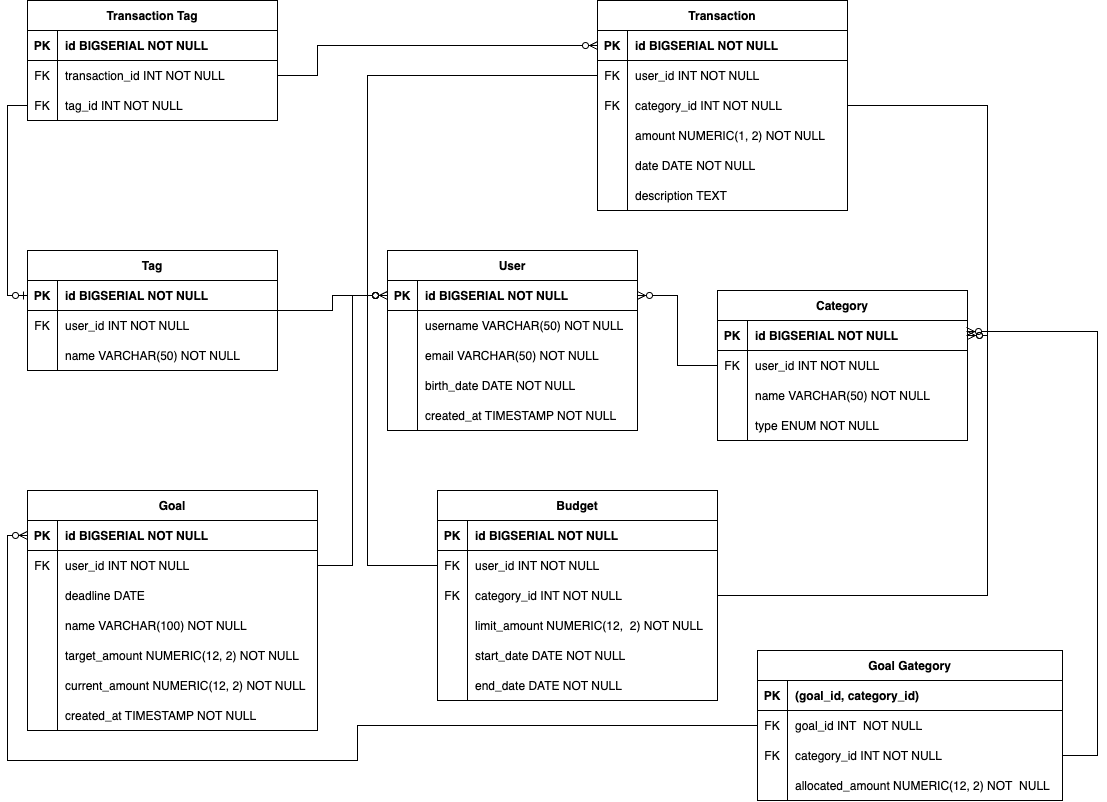
Above: media/database.png in kdduha/finance-manager-app (draw.io), before the change. Source tidied: cells renumbered, new cells last; positions are measured from the earlier drawing's top-left corner, leaving out a move shared by most shapes.
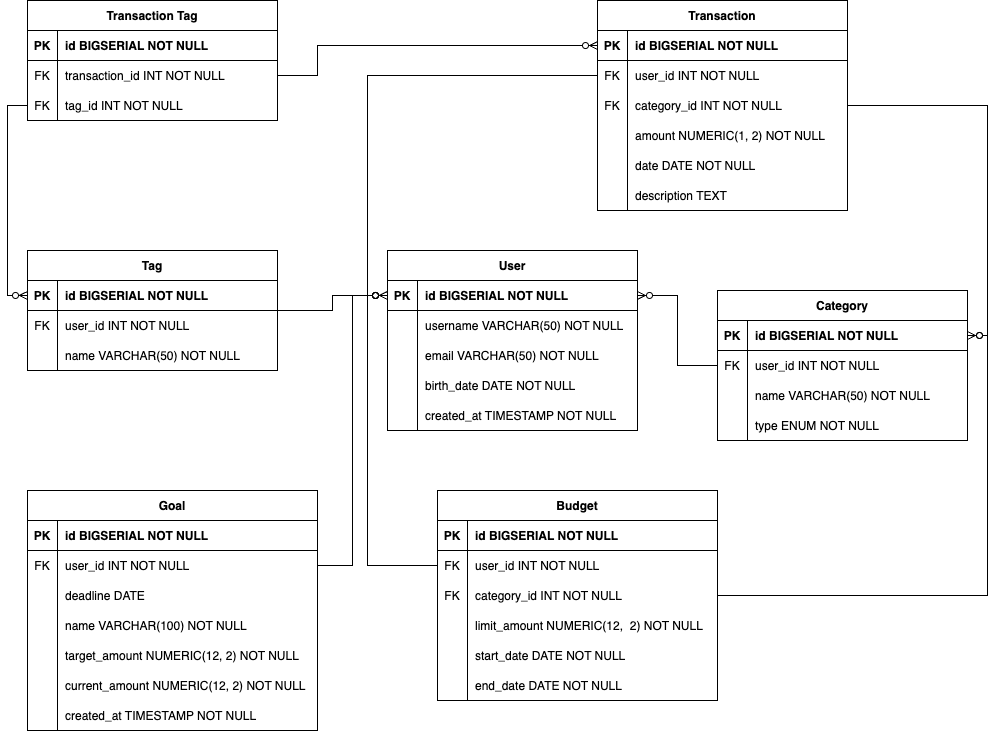
The same diagram one commit later.

Diff of the diagram source:
```diff
@@ -263,45 +263,6 @@
     <mxCell id="88" value="name VARCHAR(50) NOT NULL" style="shape=partialRectangle;overflow=hidden;fillColor=none;top=0;left=0;bottom=0;right=0;align=left;spacingLeft=6;" parent="86" vertex="1">
       <mxGeometry x="30" width="220" height="30" as="geometry" />
     </mxCell>
-    <mxCell id="89" value="Goal Gategory" style="shape=table;startSize=30;rowLines=0;fontStyle=1;align=center;" parent="1" vertex="1">
-      <mxGeometry x="750" y="650" width="305" height="150" as="geometry" />
-    </mxCell>
-    <mxCell id="90" style="shape=partialRectangle;fillColor=none;top=0;left=0;right=0;bottom=1;" parent="89" vertex="1">
-      <mxGeometry y="30" width="305" height="30" as="geometry" />
-    </mxCell>
-    <mxCell id="91" value="PK" style="shape=partialRectangle;overflow=hidden;fillColor=none;top=0;left=0;bottom=0;right=0;fontStyle=1;" parent="90" vertex="1">
-      <mxGeometry width="30" height="30" as="geometry" />
-    </mxCell>
-    <mxCell id="92" value="(goal_id, category_id)" style="shape=partialRectangle;overflow=hidden;fillColor=none;top=0;left=0;bottom=0;right=0;align=left;spacingLeft=6;fontStyle=1;" parent="90" vertex="1">
-      <mxGeometry x="30" width="275" height="30" as="geometry" />
-    </mxCell>
-    <mxCell id="93" style="shape=partialRectangle;fillColor=none;points=[[0,0.5],[1,0.5]];portConstraint=eastwest;top=0;left=0;right=0;bottom=0;" parent="89" vertex="1">
-      <mxGeometry y="60" width="305" height="30" as="geometry" />
-    </mxCell>
-    <mxCell id="94" value="FK" style="shape=partialRectangle;overflow=hidden;fillColor=none;top=0;left=0;bottom=0;right=0;" parent="93" vertex="1">
-      <mxGeometry width="30" height="30" as="geometry" />
-    </mxCell>
-    <mxCell id="95" value="goal_id INT  NOT NULL" style="shape=partialRectangle;overflow=hidden;fillColor=none;top=0;left=0;bottom=0;right=0;align=left;spacingLeft=6;" parent="93" vertex="1">
-      <mxGeometry x="30" width="275" height="30" as="geometry" />
-    </mxCell>
-    <mxCell id="96" style="shape=partialRectangle;fillColor=none;points=[[0,0.5],[1,0.5]];portConstraint=eastwest;top=0;left=0;right=0;bottom=0;" parent="89" vertex="1">
-      <mxGeometry y="90" width="305" height="30" as="geometry" />
-    </mxCell>
-    <mxCell id="97" value="FK" style="shape=partialRectangle;overflow=hidden;fillColor=none;top=0;left=0;bottom=0;right=0;" parent="96" vertex="1">
-      <mxGeometry width="30" height="30" as="geometry" />
-    </mxCell>
-    <mxCell id="98" value="category_id INT NOT NULL" style="shape=partialRectangle;overflow=hidden;fillColor=none;top=0;left=0;bottom=0;right=0;align=left;spacingLeft=6;" parent="96" vertex="1">
-      <mxGeometry x="30" width="275" height="30" as="geometry" />
-    </mxCell>
-    <mxCell id="99" style="shape=partialRectangle;fillColor=none;top=0;left=0;right=0;bottom=0;" parent="89" vertex="1">
-      <mxGeometry y="120" width="305" height="30" as="geometry" />
-    </mxCell>
-    <mxCell id="100" style="shape=partialRectangle;overflow=hidden;fillColor=none;top=0;left=0;bottom=0;right=0;" parent="99" vertex="1">
-      <mxGeometry width="30" height="30" as="geometry" />
-    </mxCell>
-    <mxCell id="101" value="allocated_amount NUMERIC(12, 2) NOT  NULL" style="shape=partialRectangle;overflow=hidden;fillColor=none;top=0;left=0;bottom=0;right=0;align=left;spacingLeft=6;" parent="99" vertex="1">
-      <mxGeometry x="30" width="275" height="30" as="geometry" />
-    </mxCell>
     <mxCell id="102" value="Transaction Tag" style="shape=table;startSize=30;rowLines=0;fontStyle=1;align=center;" parent="1" vertex="1">
       <mxGeometry x="20" width="250" height="120" as="geometry" />
     </mxCell>
@@ -388,7 +349,7 @@
         </Array>
       </mxGeometry>
     </mxCell>
-    <mxCell id="129" style="edgeStyle=orthogonalEdgeStyle;rounded=0;jettySize=auto;html=1;entryX=0;entryY=0.5;entryDx=0;entryDy=0;endArrow=ERzeroToOne;endFill=0;" parent="1" edge="1" source="109" target="80">
+    <mxCell id="129" style="edgeStyle=orthogonalEdgeStyle;rounded=0;jettySize=auto;html=1;entryX=0;entryY=0.5;entryDx=0;entryDy=0;endArrow=ERzeroToMany;endFill=0;" parent="1" edge="1" source="109" target="80">
       <mxGeometry relative="1" as="geometry" />
     </mxCell>
     <mxCell id="130" style="edgeStyle=orthogonalEdgeStyle;rounded=0;jettySize=auto;html=1;entryX=1;entryY=0.5;entryDx=0;entryDy=0;endArrow=ERzeroToMany;endFill=0;" parent="1" edge="1" source="66" target="113">
@@ -405,23 +366,5 @@
     <mxCell id="132" style="edgeStyle=orthogonalEdgeStyle;rounded=0;jettySize=auto;html=1;entryX=0;entryY=0.5;entryDx=0;entryDy=0;endArrow=ERzeroToMany;endFill=0;" parent="1" edge="1" source="22" target="3">
       <mxGeometry relative="1" as="geometry" />
     </mxCell>
-    <mxCell id="133" style="edgeStyle=orthogonalEdgeStyle;rounded=0;jettySize=auto;html=1;endArrow=ERzeroToMany;endFill=0;" parent="1" edge="1" source="93" target="19">
-      <mxGeometry relative="1" as="geometry">
-        <Array as="points">
-          <mxPoint x="350" y="725" />
-          <mxPoint x="350" y="760" />
-          <mxPoint y="760" />
-          <mxPoint y="535" />
-        </Array>
-      </mxGeometry>
-    </mxCell>
-    <mxCell id="134" style="edgeStyle=orthogonalEdgeStyle;rounded=0;jettySize=auto;html=1;entryX=0.996;entryY=0.367;entryDx=0;entryDy=0;entryPerimeter=0;endArrow=ERzeroToMany;endFill=0;" parent="1" edge="1" source="96" target="113">
-      <mxGeometry relative="1" as="geometry">
-        <Array as="points">
-          <mxPoint x="1090" y="755" />
-          <mxPoint x="1090" y="331" />
-        </Array>
-      </mxGeometry>
-    </mxCell>
   </root>
 </mxGraphModel>
```
